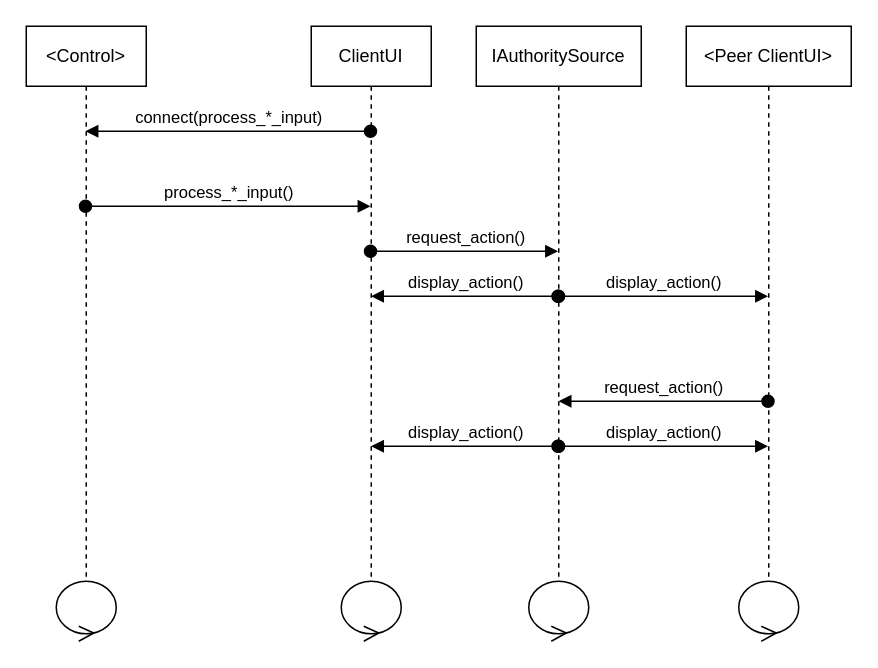
The draw.io diagram page "ActionProcessingSequence" (2 of 3) of uml/authoritative-actions.dio in NobleMetalLabs/the-genesis-gambit, before the edit. Source tidied: cells renumbered, new cells numbered last; positions are measured from the earlier drawing's top-left corner, leaving out a move shared by most shapes. Both pictures are drawn from the tidied source at 150%, with x=0, y=0 at pixel (26, 26).
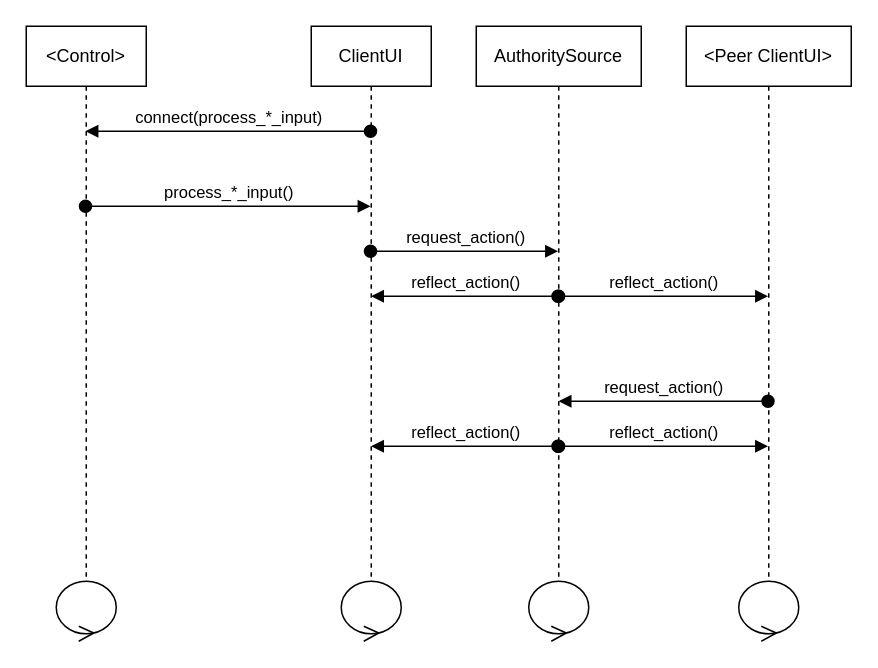
After the change.

Diff of the diagram source:
```diff
@@
-    <mxCell id="2" value="IAuthoritySource" style="shape=umlLifeline;perimeter=lifelinePerimeter;whiteSpace=wrap;html=1;outlineConnect=0;" parent="1" vertex="1">
+    <mxCell id="2" value="AuthoritySource" style="shape=umlLifeline;perimeter=lifelinePerimeter;whiteSpace=wrap;html=1;outlineConnect=0;" parent="1" vertex="1">
       <mxGeometry x="300" width="110" height="370" as="geometry" />
     </mxCell>
@@
-    <mxCell id="11" value="display_action()" style="html=1;verticalAlign=bottom;startArrow=oval;startFill=1;endArrow=block;startSize=8;" parent="1" edge="1">
+    <mxCell id="11" value="reflect_action()" style="html=1;verticalAlign=bottom;startArrow=oval;startFill=1;endArrow=block;startSize=8;" parent="1" edge="1">
       <mxGeometry relative="1" as="geometry">
         <mxPoint x="354.5" y="180" as="sourcePoint" />
         <mxPoint x="229.9" y="180" as="targetPoint" />
         <Array as="points">
           <mxPoint x="340.1" y="180" />
         </Array>
       </mxGeometry>
     </mxCell>
@@
-    <mxCell id="13" value="display_action()" style="html=1;verticalAlign=bottom;startArrow=oval;startFill=1;endArrow=block;startSize=8;" parent="1" edge="1">
+    <mxCell id="13" value="reflect_action()" style="html=1;verticalAlign=bottom;startArrow=oval;startFill=1;endArrow=block;startSize=8;" parent="1" edge="1">
       <mxGeometry relative="1" as="geometry">
         <mxPoint x="354.9" y="180" as="sourcePoint" />
         <mxPoint x="494.5" y="180" as="targetPoint" />
         <Array as="points">
           <mxPoint x="420" y="180" />
         </Array>
       </mxGeometry>
     </mxCell>
@@
-    <mxCell id="15" value="display_action()" style="html=1;verticalAlign=bottom;startArrow=oval;startFill=1;endArrow=block;startSize=8;" parent="1" edge="1">
+    <mxCell id="15" value="reflect_action()" style="html=1;verticalAlign=bottom;startArrow=oval;startFill=1;endArrow=block;startSize=8;" parent="1" edge="1">
       <mxGeometry relative="1" as="geometry">
         <mxPoint x="354.5" y="280" as="sourcePoint" />
         <mxPoint x="229.9" y="280" as="targetPoint" />
         <Array as="points">
           <mxPoint x="290" y="280" />
         </Array>
       </mxGeometry>
     </mxCell>
-    <mxCell id="16" value="display_action()" style="html=1;verticalAlign=bottom;startArrow=oval;startFill=1;endArrow=block;startSize=8;" parent="1" edge="1">
+    <mxCell id="16" value="reflect_action()" style="html=1;verticalAlign=bottom;startArrow=oval;startFill=1;endArrow=block;startSize=8;" parent="1" edge="1">
       <mxGeometry relative="1" as="geometry">
         <mxPoint x="354.9" y="280" as="sourcePoint" />
         <mxPoint x="494.5" y="280" as="targetPoint" />
         <Array as="points">
           <mxPoint x="430" y="280" />
         </Array>
       </mxGeometry>
     </mxCell>
```
